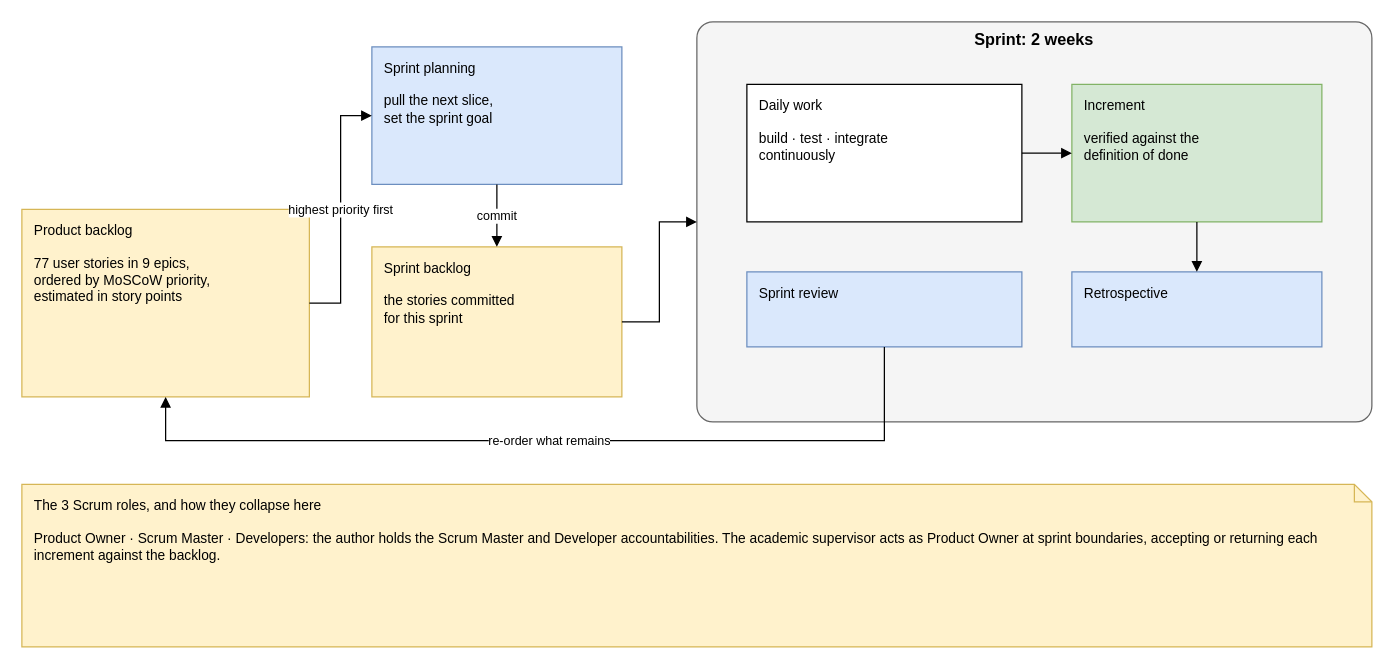
Above: diagrams/fig-1-1-scrum-framework/fig-1-1-scrum-framework.drawio in inkwell-dev/spec.inkwell.ai (draw.io), before the change. Source tidied: cells renumbered, new cells numbered last; positions are measured from the earlier drawing's top-left corner, leaving out a move shared by most shapes. Both pictures are drawn from the tidied source at 125%, with x=0, y=0 at pixel (21, 21).
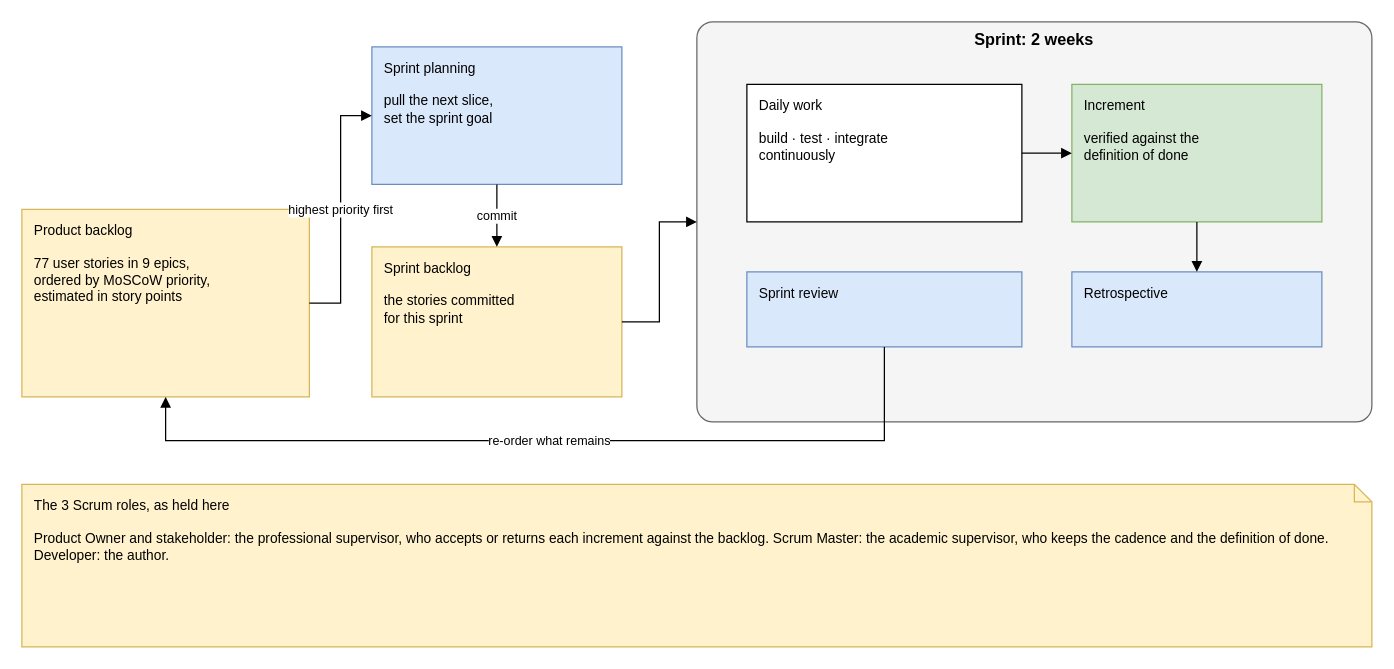
The same diagram, later.

Commit message (it also covers changes not shown here):
docs(report): the Scrum roles as the supervisors hold them

The edit, as a diff of the source:
```diff
@@
 <mxGraphModel>
   <root>
     <mxCell id="0" />
     <mxCell id="1" parent="0" />
     <mxCell id="2" value="Product backlog&lt;br&gt;&lt;br&gt;77 user stories in 9 epics,&lt;br&gt;ordered by MoSCoW priority,&lt;br&gt;estimated in story points" style="rounded=0;whiteSpace=wrap;html=1;verticalAlign=top;align=left;spacingLeft=8;spacingTop=4;fontSize=11;fillColor=#FFF2CC;strokeColor=#D6B656;" parent="1" vertex="1">
       <mxGeometry y="150" width="230" height="150" as="geometry" />
     </mxCell>
     <mxCell id="3" value="Sprint planning&lt;br&gt;&lt;br&gt;pull the next slice,&lt;br&gt;set the sprint goal" style="rounded=0;whiteSpace=wrap;html=1;verticalAlign=top;align=left;spacingLeft=8;spacingTop=4;fontSize=11;fillColor=#DAE8FC;strokeColor=#6C8EBF;" parent="1" vertex="1">
       <mxGeometry x="280" y="20" width="200" height="110" as="geometry" />
     </mxCell>
     <mxCell id="4" value="Sprint backlog&lt;br&gt;&lt;br&gt;the stories committed&lt;br&gt;for this sprint" style="rounded=0;whiteSpace=wrap;html=1;verticalAlign=top;align=left;spacingLeft=8;spacingTop=4;fontSize=11;fillColor=#FFF2CC;strokeColor=#D6B656;" parent="1" vertex="1">
       <mxGeometry x="280" y="180" width="200" height="120" as="geometry" />
     </mxCell>
     <mxCell id="5" value="Sprint: 2 weeks" style="rounded=1;whiteSpace=wrap;html=1;verticalAlign=top;fontStyle=1;fontSize=13;arcSize=4;fillColor=#F5F5F5;strokeColor=#666666;" parent="1" vertex="1">
       <mxGeometry x="540" width="540" height="320" as="geometry" />
     </mxCell>
     <mxCell id="6" value="Daily work&lt;br&gt;&lt;br&gt;build · test · integrate&lt;br&gt;continuously" style="rounded=0;whiteSpace=wrap;html=1;verticalAlign=top;align=left;spacingLeft=8;spacingTop=4;fontSize=11;fillColor=#FFFFFF;strokeColor=#000000;" parent="1" vertex="1">
       <mxGeometry x="580" y="50" width="220" height="110" as="geometry" />
     </mxCell>
     <mxCell id="7" value="Increment&lt;br&gt;&lt;br&gt;verified against the&lt;br&gt;definition of done" style="rounded=0;whiteSpace=wrap;html=1;verticalAlign=top;align=left;spacingLeft=8;spacingTop=4;fontSize=11;fillColor=#D5E8D4;strokeColor=#82B366;" parent="1" vertex="1">
       <mxGeometry x="840" y="50" width="200" height="110" as="geometry" />
     </mxCell>
     <mxCell id="8" value="Sprint review" style="rounded=0;whiteSpace=wrap;html=1;verticalAlign=top;align=left;spacingLeft=8;spacingTop=4;fontSize=11;fillColor=#DAE8FC;strokeColor=#6C8EBF;" parent="1" vertex="1">
       <mxGeometry x="580" y="200" width="220" height="60" as="geometry" />
     </mxCell>
     <mxCell id="9" value="Retrospective" style="rounded=0;whiteSpace=wrap;html=1;verticalAlign=top;align=left;spacingLeft=8;spacingTop=4;fontSize=11;fillColor=#DAE8FC;strokeColor=#6C8EBF;" parent="1" vertex="1">
       <mxGeometry x="840" y="200" width="200" height="60" as="geometry" />
     </mxCell>
-    <mxCell id="10" value="The 3 Scrum roles, and how they collapse here&lt;br&gt;&lt;br&gt;Product Owner · Scrum Master · Developers: the author holds the Scrum Master and Developer accountabilities. The academic supervisor acts as Product Owner at sprint boundaries, accepting or returning each increment against the backlog." style="shape=note;whiteSpace=wrap;html=1;size=14;fontSize=11;align=left;verticalAlign=top;spacingLeft=8;spacingTop=4;fillColor=#FFF2CC;strokeColor=#D6B656;" parent="1" vertex="1">
+    <mxCell id="10" value="The 3 Scrum roles, as held here&lt;br&gt;&lt;br&gt;Product Owner and stakeholder: the professional supervisor, who accepts or returns each increment against the backlog. Scrum Master: the academic supervisor, who keeps the cadence and the definition of done. Developer: the author." style="shape=note;whiteSpace=wrap;html=1;size=14;fontSize=11;align=left;verticalAlign=top;spacingLeft=8;spacingTop=4;fillColor=#FFF2CC;strokeColor=#D6B656;" parent="1" vertex="1">
       <mxGeometry y="370" width="1080" height="130" as="geometry" />
     </mxCell>
     <mxCell id="11" value="highest priority first" style="edgeStyle=orthogonalEdgeStyle;rounded=0;html=1;endArrow=block;endFill=1;fontSize=10;labelBackgroundColor=#FFFFFF;exitX=1;exitY=0.5;exitDx=0;exitDy=0;entryX=0;entryY=0.5;entryDx=0;entryDy=0;" parent="1" edge="1" source="2" target="3">
       <mxGeometry relative="1" as="geometry" />
     </mxCell>
     <mxCell id="12" value="commit" style="edgeStyle=orthogonalEdgeStyle;rounded=0;html=1;endArrow=block;endFill=1;fontSize=10;labelBackgroundColor=#FFFFFF;exitX=0.5;exitY=1;exitDx=0;exitDy=0;entryX=0.5;entryY=0;entryDx=0;entryDy=0;" parent="1" edge="1" source="3" target="4">
       <mxGeometry relative="1" as="geometry" />
     </mxCell>
     <mxCell id="13" style="edgeStyle=orthogonalEdgeStyle;rounded=0;html=1;endArrow=block;endFill=1;fontSize=10;labelBackgroundColor=#FFFFFF;exitX=1;exitY=0.5;exitDx=0;exitDy=0;entryX=0;entryY=0.5;entryDx=0;entryDy=0;" parent="1" edge="1" source="4" target="5">
       <mxGeometry relative="1" as="geometry" />
     </mxCell>
     <mxCell id="14" style="edgeStyle=orthogonalEdgeStyle;rounded=0;html=1;endArrow=block;endFill=1;fontSize=10;labelBackgroundColor=#FFFFFF;exitX=1;exitY=0.5;exitDx=0;exitDy=0;entryX=0;entryY=0.5;entryDx=0;entryDy=0;" parent="1" edge="1" source="6" target="7">
       <mxGeometry relative="1" as="geometry" />
     </mxCell>
     <mxCell id="15" style="edgeStyle=orthogonalEdgeStyle;rounded=0;html=1;endArrow=block;endFill=1;fontSize=10;labelBackgroundColor=#FFFFFF;exitX=0.5;exitY=1;exitDx=0;exitDy=0;entryX=0.5;entryY=0;entryDx=0;entryDy=0;" parent="1" edge="1" source="7" target="9">
       <mxGeometry relative="1" as="geometry" />
     </mxCell>
     <mxCell id="16" value="re-order what remains" style="edgeStyle=orthogonalEdgeStyle;rounded=0;html=1;endArrow=block;endFill=1;fontSize=10;labelBackgroundColor=#FFFFFF;exitX=0.5;exitY=1;exitDx=0;exitDy=0;entryX=0.5;entryY=1;entryDx=0;entryDy=0;" parent="1" edge="1" source="8" target="2">
       <mxGeometry relative="1" as="geometry">
         <Array as="points">
           <mxPoint x="690" y="335" />
           <mxPoint x="115" y="335" />
         </Array>
       </mxGeometry>
     </mxCell>
   </root>
 </mxGraphModel>
```
